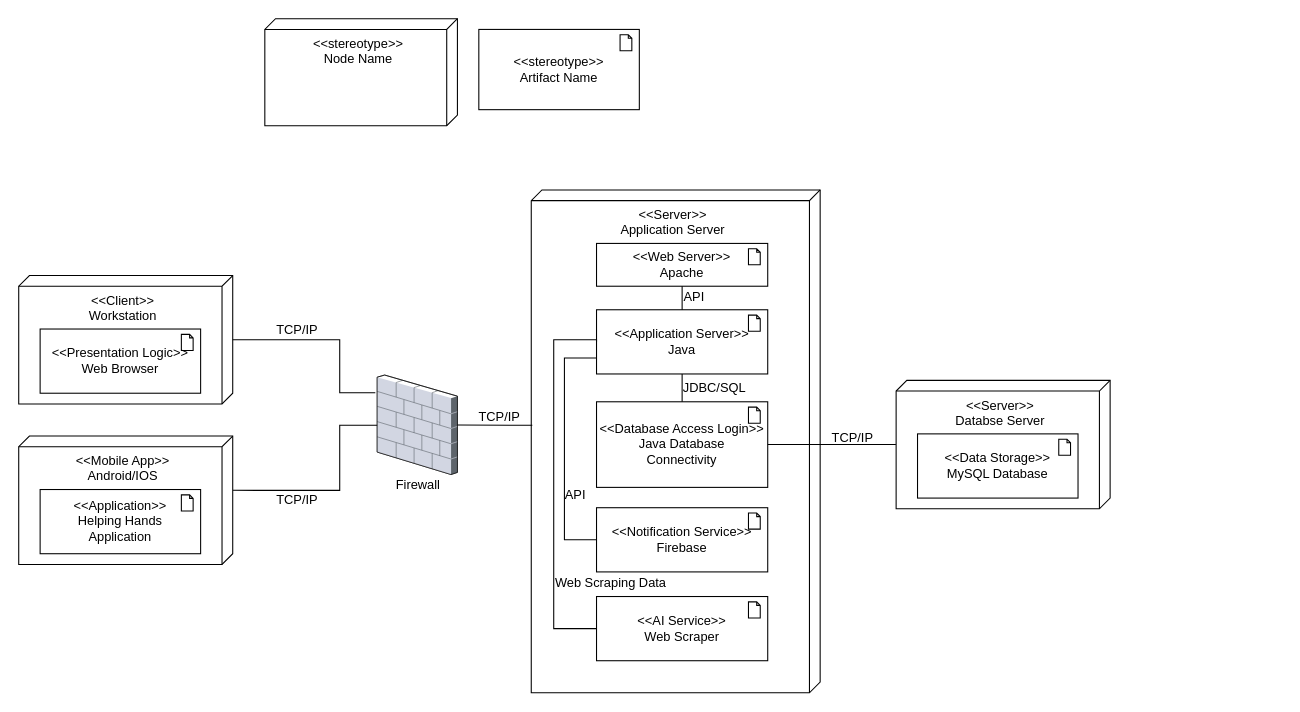
This is System Analysis and Design Deployment Diagram.drawio from AnjeloM/AnjeloM, a draw.io file, before an edit. Source tidied: cells renumbered, new cells numbered last; positions are measured from the earlier drawing's top-left corner, leaving out a move shared by most shapes. Both pictures are drawn from the tidied source at 107%, with x=0, y=0 at pixel (18, 18).
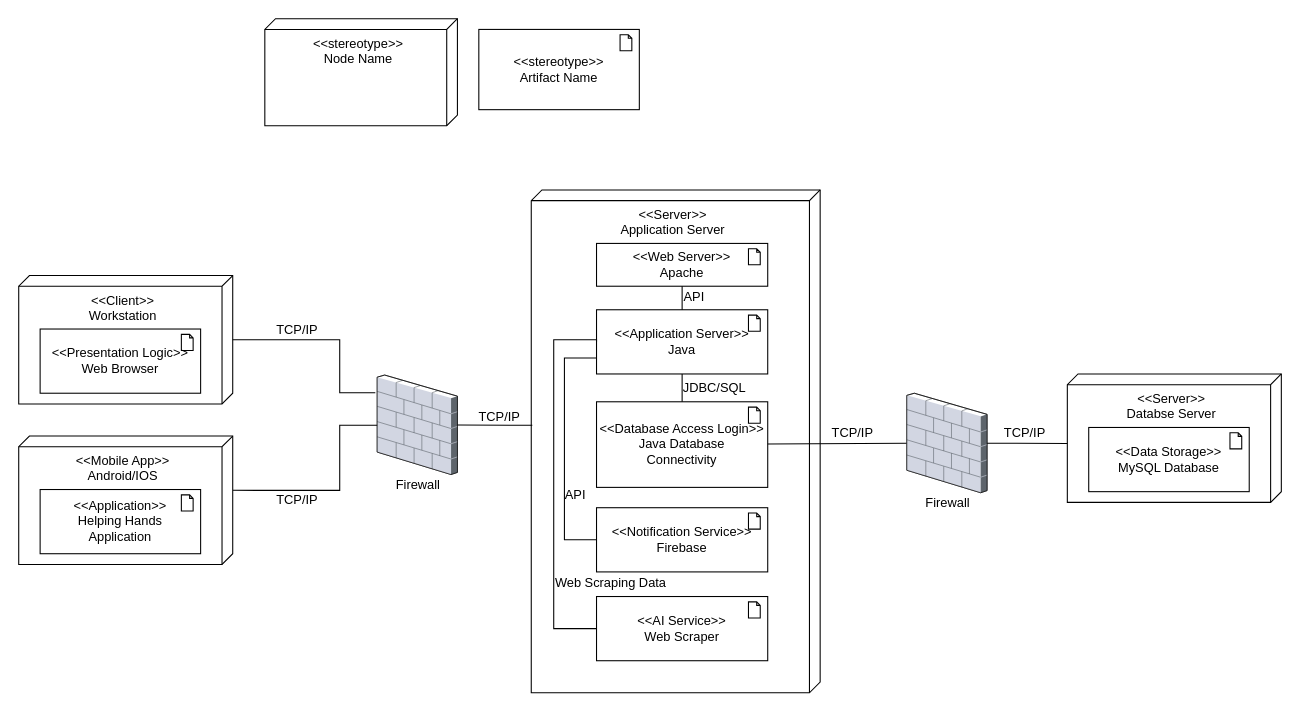
Above is the later version.

Unchanged cells that the change refers to:
```xml
<mxCell id="11" value="&amp;lt;&amp;lt;Database Access Login&amp;gt;&amp;gt;&lt;div&gt;Java Database&lt;/div&gt;&lt;div&gt;Connectivity&lt;/div&gt;" style="html=1;outlineConnect=0;whiteSpace=wrap;shape=mxgraph.archimate3.application;appType=artifact;archiType=square;" parent="9" vertex="1">
  <mxGeometry y="128" width="160" height="80" as="geometry" />
</mxCell>
<mxCell id="24" value="&amp;lt;&amp;lt;Server&amp;gt;&amp;gt;&lt;div&gt;Databse Server&lt;/div&gt;" style="verticalAlign=top;align=center;shape=cube;size=10;direction=south;fontStyle=0;html=1;boundedLbl=1;spacingLeft=5;whiteSpace=wrap;" parent="23" vertex="1">
  <mxGeometry width="200" height="120" as="geometry" />
</mxCell>
```

Change to the diagram source:
```diff
@@
     <mxCell id="23" style="group;" parent="1" vertex="1">
-      <mxGeometry x="820" y="338" width="200" height="120" as="geometry" />
+      <mxGeometry x="980" y="332" width="200" height="120" as="geometry" />
     </mxCell>
@@
-    <mxCell id="29" style="rounded=0;jettySize=auto;html=1;entryX=0.5;entryY=1.001;entryDx=0;entryDy=0;entryPerimeter=0;endArrow=none;endFill=0;" parent="1" edge="1" source="11" target="24">
+    <mxCell id="29" style="rounded=0;jettySize=auto;html=1;endArrow=none;endFill=0;" parent="1" edge="1" source="11" target="41">
       <mxGeometry relative="1" as="geometry" />
     </mxCell>
@@
     <mxCell id="39" value="TCP/IP" style="text;html=1;align=center;verticalAlign=middle;strokeColor=none;fillColor=none;" parent="1" vertex="1">
-      <mxGeometry x="749" y="377" width="60" height="30" as="geometry" />
+      <mxGeometry x="749" y="372" width="60" height="30" as="geometry" />
     </mxCell>
+    <mxCell id="40" style="group;" parent="1" vertex="1">
+      <mxGeometry x="830" y="350" width="75" height="118" as="geometry" />
+    </mxCell>
+    <mxCell id="41" style="verticalLabelPosition=bottom;sketch=0;html=1;verticalAlign=top;strokeColor=none;align=center;outlineConnect=0;shape=mxgraph.citrix.firewall;" parent="40" vertex="1">
+      <mxGeometry width="75" height="93" as="geometry" />
+    </mxCell>
+    <mxCell id="42" value="Firewall" style="text;html=1;align=center;verticalAlign=middle;strokeColor=none;fillColor=none;" parent="40" vertex="1">
+      <mxGeometry x="7.5" y="88" width="60" height="30" as="geometry" />
+    </mxCell>
+    <mxCell id="43" style="rounded=0;jettySize=auto;html=1;entryX=0;entryY=0;entryDx=65;entryDy=200;entryPerimeter=0;endArrow=none;endFill=0;" parent="1" edge="1" source="41" target="24">
+      <mxGeometry relative="1" as="geometry" />
+    </mxCell>
+    <mxCell id="44" value="TCP/IP" style="text;html=1;align=center;verticalAlign=middle;strokeColor=none;fillColor=none;" parent="1" vertex="1">
+      <mxGeometry x="910" y="372" width="60" height="30" as="geometry" />
+    </mxCell>
```
